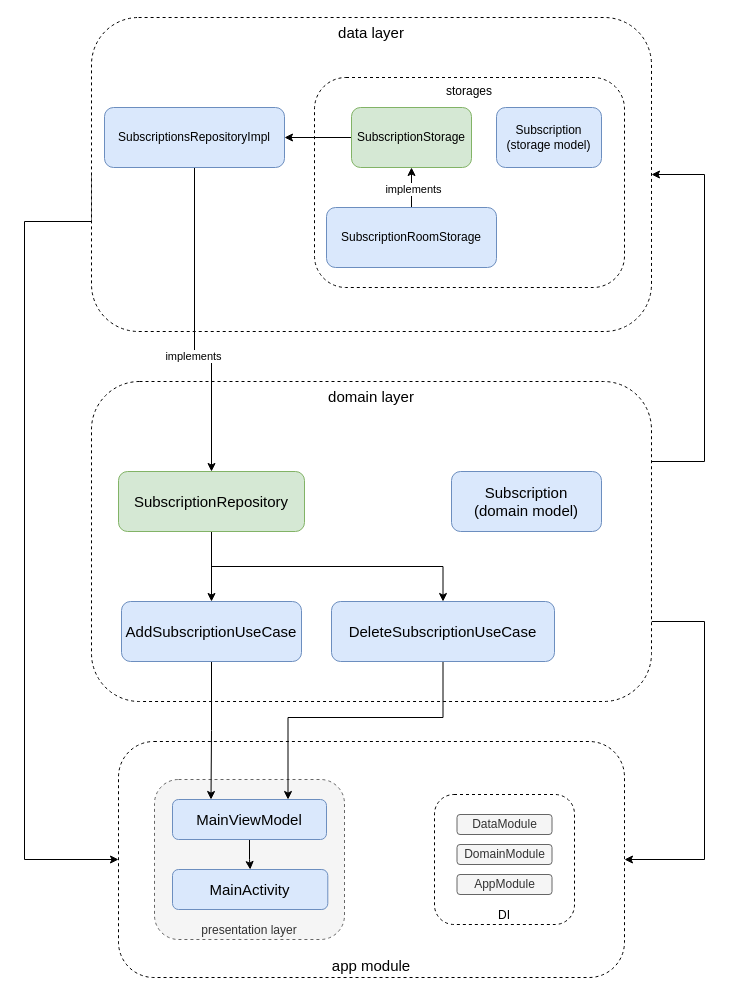
The draw.io diagram architecture/Subscriptions Manager App Architecture Diagram.drawio in karateka-git/subscriptions-manager, before the edit. Source tidied: cells renumbered, new cells numbered last; positions are measured from the earlier drawing's top-left corner, leaving out a move shared by most shapes. Both pictures are drawn from the tidied source at 100%, with x=0, y=0 at pixel (24, 17).
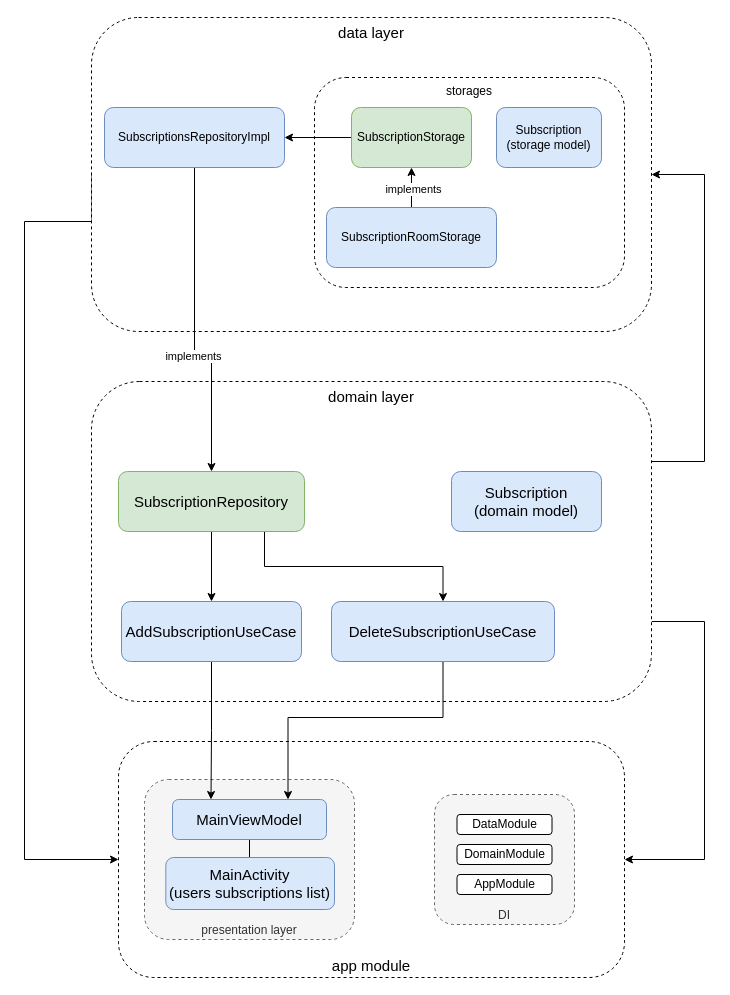
Above is the later version.

Commit message (it also covers changes not shown here):
finished first version of arch diagram

Unchanged cells that the change refers to:
```xml
<mxCell id="15" value="DeleteSubscriptionUseCase" style="rounded=1;whiteSpace=wrap;html=1;fontSize=15;fillColor=#dae8fc;strokeColor=#6c8ebf;" parent="1" vertex="1">
  <mxGeometry x="307" y="584" width="223" height="60" as="geometry" />
</mxCell>
<mxCell id="18" value="SubscriptionRepository" style="rounded=1;whiteSpace=wrap;html=1;fillColor=#d5e8d4;strokeColor=#82b366;fontSize=15;" parent="1" vertex="1">
  <mxGeometry x="94" y="454" width="186" height="60" as="geometry" />
</mxCell>
```

Diff of the diagram source:
```diff
@@
     <mxCell id="3" value="presentation layer" style="rounded=1;whiteSpace=wrap;html=1;dashed=1;align=center;verticalAlign=bottom;fillColor=#f5f5f5;fontColor=#333333;strokeColor=#666666;" parent="1" vertex="1">
-      <mxGeometry x="130" y="762" width="190" height="160" as="geometry" />
+      <mxGeometry x="120" y="762" width="210" height="160" as="geometry" />
     </mxCell>
@@
-    <mxCell id="17" style="edgeStyle=orthogonalEdgeStyle;rounded=0;jettySize=auto;html=1;exitX=0.5;exitY=1;exitDx=0;exitDy=0;entryX=0.5;entryY=0;entryDx=0;entryDy=0;fontSize=15;" parent="1" edge="1" source="18" target="15">
-      <mxGeometry relative="1" as="geometry" />
+    <mxCell id="17" style="edgeStyle=orthogonalEdgeStyle;rounded=0;jettySize=auto;html=1;exitX=0.75;exitY=1;exitDx=0;exitDy=0;entryX=0.5;entryY=0;entryDx=0;entryDy=0;fontSize=15;" parent="1" edge="1" source="18" target="15">
+      <mxGeometry relative="1" as="geometry">
+        <Array as="points">
+          <mxPoint x="240" y="514" />
+          <mxPoint x="240" y="549" />
+          <mxPoint x="419" y="549" />
+        </Array>
+      </mxGeometry>
     </mxCell>
@@
-    <mxCell id="28" value="MainActivity" style="rounded=1;whiteSpace=wrap;html=1;fontSize=15;fillColor=#dae8fc;strokeColor=#6c8ebf;" parent="1" vertex="1">
-      <mxGeometry x="148" y="852" width="155.3" height="40" as="geometry" />
+    <mxCell id="28" value="MainActivity&lt;br&gt;(users subscriptions list)" style="rounded=1;whiteSpace=wrap;html=1;fontSize=15;fillColor=#dae8fc;strokeColor=#6c8ebf;" parent="1" vertex="1">
+      <mxGeometry x="141.3" y="840" width="168.7" height="52" as="geometry" />
     </mxCell>
-    <mxCell id="29" value="DI" style="rounded=1;whiteSpace=wrap;html=1;dashed=1;align=center;verticalAlign=bottom;" parent="1" vertex="1">
+    <mxCell id="29" value="DI" style="rounded=1;whiteSpace=wrap;html=1;dashed=1;align=center;verticalAlign=bottom;fillColor=#f5f5f5;fontColor=#333333;strokeColor=#666666;" parent="1" vertex="1">
       <mxGeometry x="410" y="777" width="140" height="130" as="geometry" />
     </mxCell>
-    <mxCell id="30" value="AppModule" style="rounded=1;whiteSpace=wrap;html=1;strokeColor=#666666;fillColor=#f5f5f5;fontColor=#333333;" parent="1" vertex="1">
+    <mxCell id="30" value="AppModule" style="rounded=1;whiteSpace=wrap;html=1;" parent="1" vertex="1">
       <mxGeometry x="432.5" y="857" width="95" height="20" as="geometry" />
     </mxCell>
-    <mxCell id="31" value="DomainModule" style="rounded=1;whiteSpace=wrap;html=1;strokeColor=#666666;fillColor=#f5f5f5;fontColor=#333333;" parent="1" vertex="1">
+    <mxCell id="31" value="DomainModule" style="rounded=1;whiteSpace=wrap;html=1;" parent="1" vertex="1">
       <mxGeometry x="432.5" y="827" width="95" height="20" as="geometry" />
     </mxCell>
-    <mxCell id="32" value="DataModule" style="rounded=1;whiteSpace=wrap;html=1;strokeColor=#666666;fillColor=#f5f5f5;fontColor=#333333;" parent="1" vertex="1">
+    <mxCell id="32" value="DataModule" style="rounded=1;whiteSpace=wrap;html=1;" parent="1" vertex="1">
       <mxGeometry x="432.5" y="797" width="95" height="20" as="geometry" />
     </mxCell>
```
